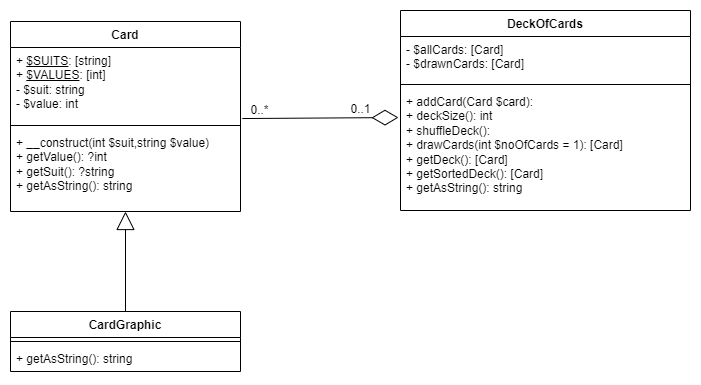
The draw.io diagram public/image/kmom02_uml.png in p0ntan/mvc, before a commit. Source tidied: cells renumbered, new cells last; positions are measured from the earlier drawing's top-left corner, leaving out a move shared by most shapes.
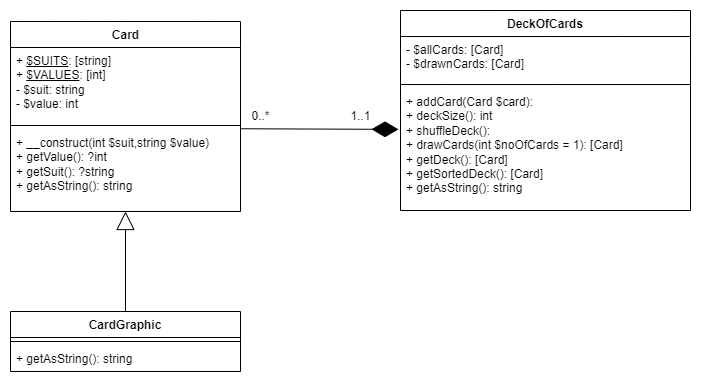
After the change.

Change to the diagram source:
```diff
@@ -2,10 +2,10 @@
   <root>
     <mxCell id="0" />
     <mxCell id="1" parent="0" />
-    <mxCell id="2" value="Card" style="swimlane;fontStyle=1;align=center;verticalAlign=top;horizontal=1;startSize=26;whiteSpace=wrap;html=1;" parent="1" vertex="1">
+    <mxCell id="2" value="Card" style="swimlane;fontStyle=1;align=center;verticalAlign=top;horizontal=1;startSize=26;whiteSpace=wrap;html=1;spacingTop=0;spacing=2;spacingLeft=1;" parent="1" vertex="1">
       <mxGeometry y="11" width="230" height="190" as="geometry" />
     </mxCell>
-    <mxCell id="3" value="+ &lt;u&gt;$SUITS&lt;/u&gt;: [string]&lt;br&gt;+ &lt;u&gt;$VALUES&lt;/u&gt;: [int]&lt;br&gt;- $suit: string&lt;br&gt;- $value: int" style="text;strokeColor=none;fillColor=none;align=left;verticalAlign=top;spacingLeft=4;spacingRight=4;overflow=hidden;points=[[0,0.5],[1,0.5]];portConstraint=eastwest;whiteSpace=wrap;html=1;" parent="2" vertex="1">
+    <mxCell id="3" value="+ &lt;u&gt;$SUITS&lt;/u&gt;: [string]&lt;br&gt;+ &lt;u&gt;$VALUES&lt;/u&gt;: [int]&lt;br&gt;- $suit: string&lt;br&gt;- $value: int" style="text;strokeColor=none;fillColor=none;align=left;verticalAlign=top;spacingLeft=4;spacingRight=4;overflow=hidden;points=[[0,0.5],[1,0.5]];portConstraint=eastwest;whiteSpace=wrap;html=1;spacing=2;spacingTop=0;" parent="2" vertex="1">
       <mxGeometry y="26" width="230" height="74" as="geometry" />
     </mxCell>
     <mxCell id="4" style="line;strokeWidth=1;fillColor=none;align=left;verticalAlign=middle;spacingTop=-1;spacingLeft=3;spacingRight=3;labelPosition=right;strokeColor=inherit;" parent="2" vertex="1">
@@ -40,14 +40,14 @@
     <mxCell id="13" value="+ addCard(Card $card):&lt;br&gt;+ deckSize(): int&lt;br&gt;+ shuffleDeck():&lt;br&gt;+ drawCards(int $noOfCards = 1): [Card]&lt;br&gt;+ getDeck(): [Card]&lt;br&gt;+ getSortedDeck(): [Card]&lt;br&gt;+ getAsString(): string" style="text;strokeColor=none;fillColor=none;align=left;verticalAlign=top;spacingLeft=4;spacingRight=4;overflow=hidden;points=[[0,0.5],[1,0.5]];portConstraint=eastwest;whiteSpace=wrap;html=1;spacing=2;spacingTop=0;spacingBottom=0;" parent="10" vertex="1">
       <mxGeometry y="78" width="290" height="122" as="geometry" />
     </mxCell>
-    <mxCell id="14" style="endArrow=diamondThin;endFill=0;endSize=24;html=1;rounded=0;exitX=1.008;exitY=0.96;exitDx=0;exitDy=0;exitPerimeter=0;entryX=-0.007;entryY=0.238;entryDx=0;entryDy=0;entryPerimeter=0;" parent="1" edge="1" source="3" target="13">
-      <mxGeometry relative="1" as="geometry" />
-    </mxCell>
     <mxCell id="15" value="0..*" style="text;html=1;align=center;verticalAlign=middle;strokeColor=none;fillColor=none;" parent="1" vertex="1">
-      <mxGeometry x="229" y="85" width="40" height="30" as="geometry" />
+      <mxGeometry x="230" y="91" width="40" height="30" as="geometry" />
     </mxCell>
-    <mxCell id="16" value="0..1" style="text;html=1;align=center;verticalAlign=middle;strokeColor=none;fillColor=none;" parent="1" vertex="1">
-      <mxGeometry x="330" y="84" width="40" height="30" as="geometry" />
+    <mxCell id="16" value="1..1" style="text;html=1;align=center;verticalAlign=middle;strokeColor=none;fillColor=none;" parent="1" vertex="1">
+      <mxGeometry x="330" y="91" width="40" height="30" as="geometry" />
     </mxCell>
+    <mxCell id="17" style="endArrow=diamondThin;endFill=1;endSize=24;html=1;rounded=0;entryX=-0.007;entryY=0.335;entryDx=0;entryDy=0;entryPerimeter=0;exitX=1.001;exitY=-0.009;exitDx=0;exitDy=0;exitPerimeter=0;" parent="1" edge="1" source="5" target="13">
+      <mxGeometry relative="1" as="geometry" />
+    </mxCell>
   </root>
 </mxGraphModel>
```
